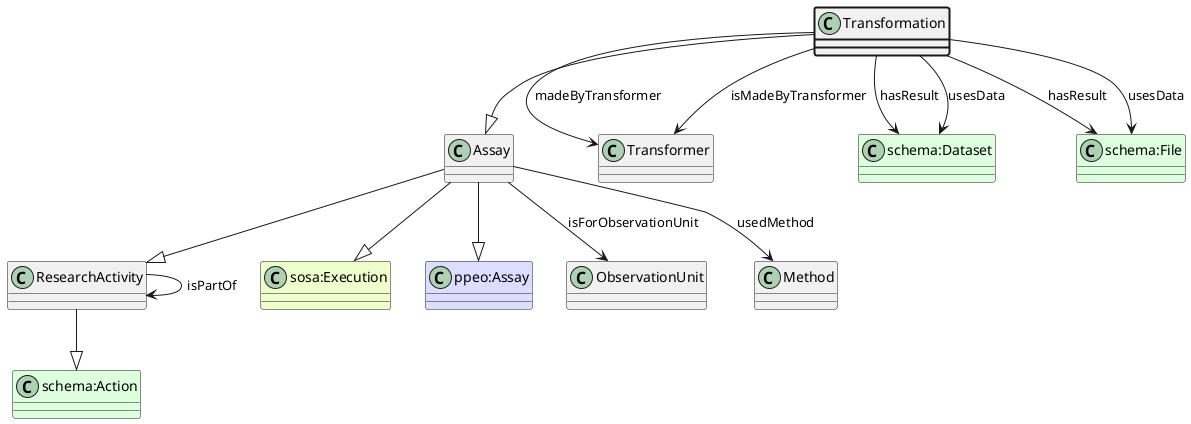
Earlier version of the PlantUML export ttl_uml/ttl_appn_Transformation.png (aus-plant-phenomics-network/appn-schema).
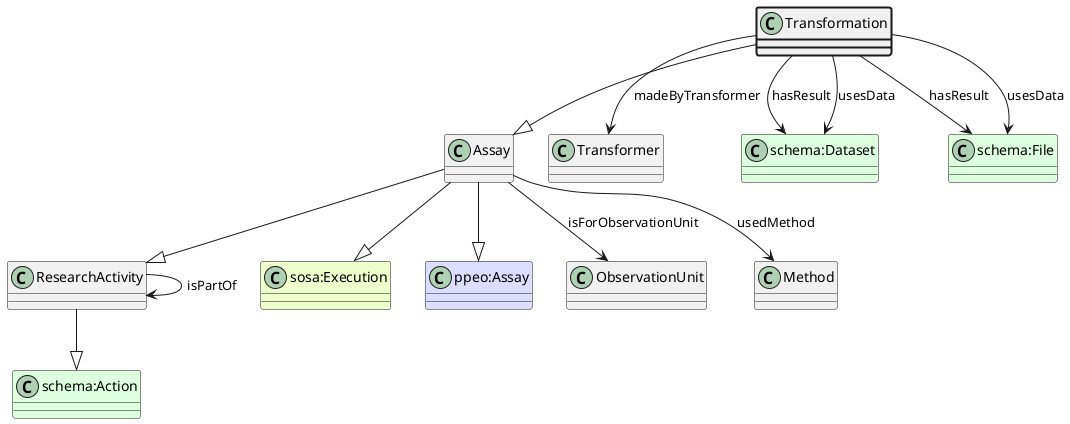
After the change.

The edit, as a diff of the source:
```diff
@@ -20,8 +20,6 @@
 Transformation --> "schema:Dataset" : usesData
 class "schema:File" #DDFFDD
 Transformation --> "schema:File" : usesData
-class Transformer
-Transformation --> Transformer : isMadeByTransformer
 class ObservationUnit
 Assay --> ObservationUnit : isForObservationUnit
 class Method
```
